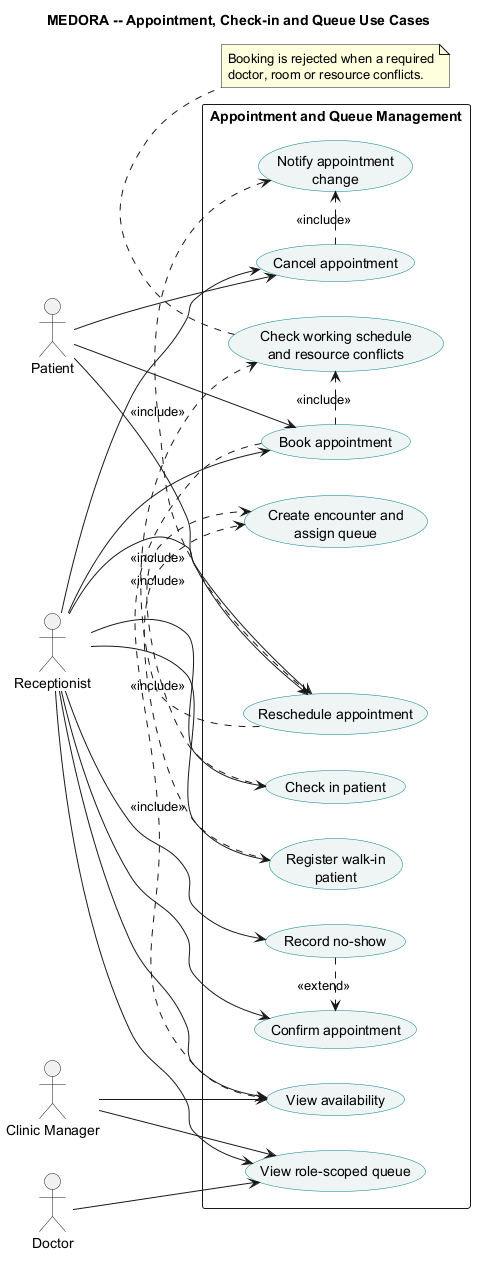
DucDung-1107/SysDes_2026.1_Group_08 keeps this PlantUML diagram as doc/asset/03-system-requirements/use-case-by-function/appointment/figure/appointment-and-queue.png. Above is the earlier version.
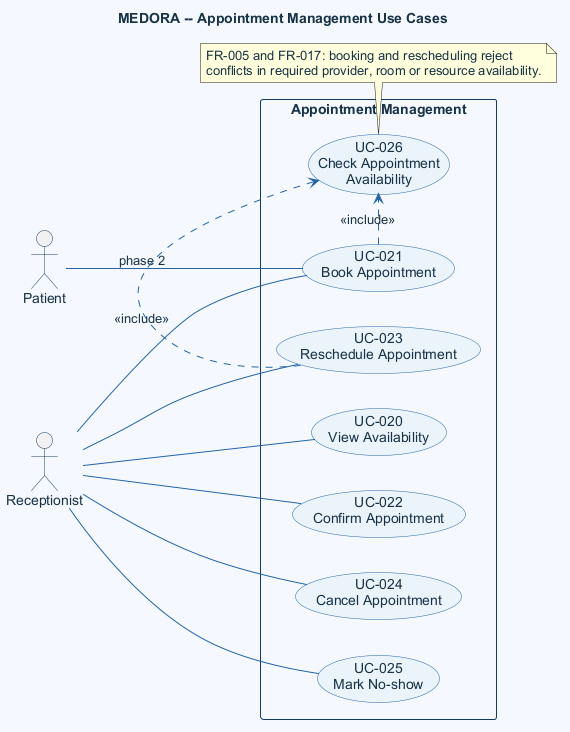
After the change.

What changed in the source:
```diff
@@ -1,60 +1,45 @@
 @startuml
-title MEDORA -- Appointment, Check-in and Queue Use Cases
+title MEDORA -- Appointment Management Use Cases
 left to right direction
 skinparam shadowing false
-skinparam packageStyle rectangle
-skinparam usecase {
-  BackgroundColor #EEF5F4
-  BorderColor #087E8B
-}
+skinparam defaultFontName Arial
+skinparam defaultFontColor #183247
+skinparam backgroundColor #F5F9FE
+skinparam ArrowColor #2563A6
+skinparam UsecaseBackgroundColor #EAF3FB
+skinparam UsecaseBorderColor #2563A6
+skinparam UsecaseFontColor #183247
+skinparam ActorBorderColor #163A5F
+skinparam ActorFontColor #183247
+skinparam RectangleBackgroundColor #F5F9FE
+skinparam RectangleBorderColor #163A5F
 
 actor Patient as patient
 actor Receptionist as reception
-actor "Clinic Manager" as manager
-actor Doctor as doctor
 
-rectangle "Appointment and Queue Management" {
-  usecase "View availability" as availability
-  usecase "Book appointment" as book
-  usecase "Confirm appointment" as confirm
-  usecase "Reschedule appointment" as reschedule
-  usecase "Cancel appointment" as cancel
-  usecase "Record no-show" as noshow
-  usecase "Check working schedule\nand resource conflicts" as conflicts
-  usecase "Check in patient" as checkin
-  usecase "Register walk-in\npatient" as walkin
-  usecase "Create encounter and\nassign queue" as queue
-  usecase "View role-scoped queue" as viewQueue
-  usecase "Notify appointment\nchange" as notify
+rectangle "Appointment Management" {
+  usecase "UC-020\nView Availability" as availability
+  usecase "UC-021\nBook Appointment" as book
+  usecase "UC-022\nConfirm Appointment" as confirm
+  usecase "UC-023\nReschedule Appointment" as reschedule
+  usecase "UC-024\nCancel Appointment" as cancel
+  usecase "UC-025\nMark No-show" as noshow
+  usecase "UC-026\nCheck Appointment\nAvailability" as validate
 }
 
-patient --> book
-patient --> reschedule
-patient --> cancel
-reception --> availability
-reception --> book
-reception --> confirm
-reception --> reschedule
-reception --> cancel
-reception --> noshow
-reception --> checkin
-reception --> walkin
-reception --> viewQueue
-doctor --> viewQueue
-manager --> availability
-manager --> viewQueue
+patient -- book : phase 2
+reception -- availability
+reception -- book
+reception -- confirm
+reception -- reschedule
+reception -- cancel
+reception -- noshow
 
-book .> availability : <<include>>
-book .> conflicts : <<include>>
-reschedule .> conflicts : <<include>>
-reschedule .> notify : <<include>>
-cancel .> notify : <<include>>
-checkin .> queue : <<include>>
-walkin .> queue : <<include>>
-noshow .> confirm : <<extend>>
+book .> validate : <<include>>
+reschedule .> validate : <<include>>
 
-note bottom of conflicts
-  Booking is rejected when a required
-  doctor, room or resource conflicts.
+note bottom of validate
+  FR-005 and FR-017: booking and rescheduling reject
+  conflicts in required provider, room or resource availability.
 end note
 @enduml
```
